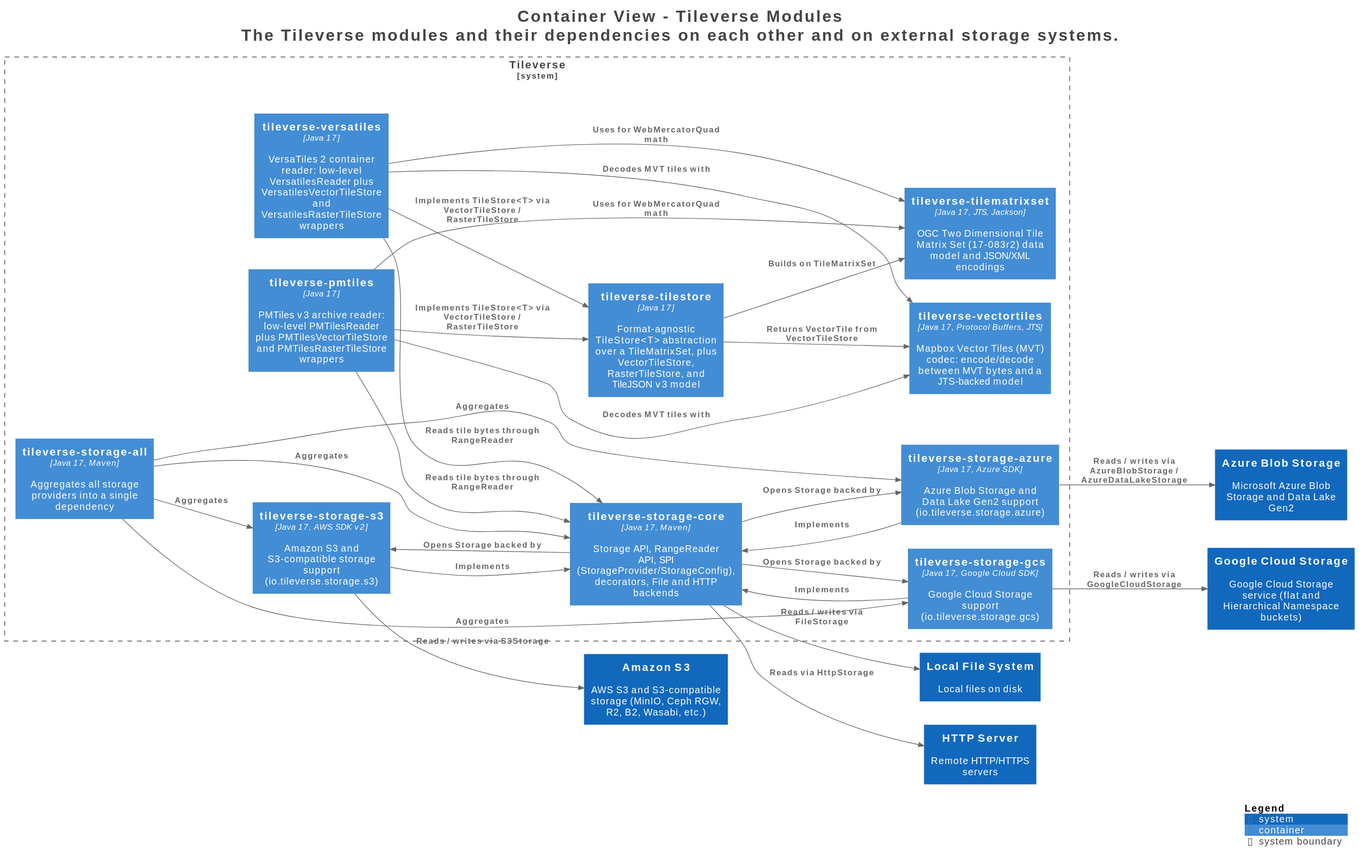
The PlantUML diagram assets/images/storage/structurizr-Containers.svg in tileverse-io/tileverse, before a commit.
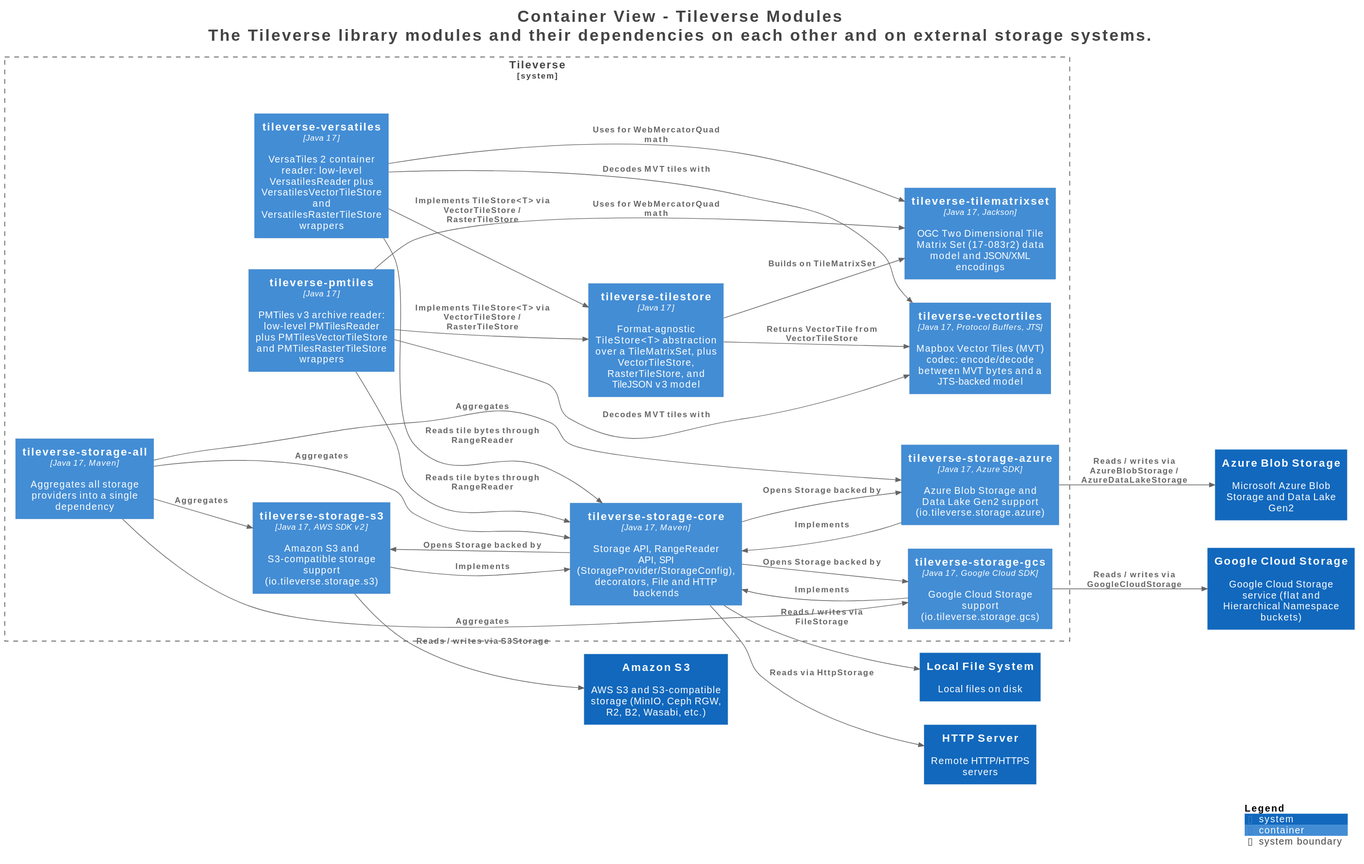
After the change.

The edit, as a diff of the source:
```diff
@@ -1,5 +1,5 @@
 @startuml
-title <size:24>Container View - Tileverse Modules</size>\n<size:24>The Tileverse modules and their dependencies on each other and on external storage systems.</size>
+title <size:24>Container View - Tileverse Modules</size>\n<size:24>The Tileverse library modules and their dependencies on each other and on external storage systems.</size>
 
 set separator none
 left to right direction
@@ -27,7 +27,7 @@
   Container(Tileverse.tileversestoragegcs, "tileverse-storage-gcs", $techn="Java 17, Google Cloud SDK", $descr="Google Cloud Storage support (io.tileverse.storage.gcs)", $tags="", $link="")
   Container(Tileverse.tileversestorageall, "tileverse-storage-all", $techn="Java 17, Maven", $descr="Aggregates all storage providers into a single dependency", $tags="", $link="")
   Container(Tileverse.tileversevectortiles, "tileverse-vectortiles", $techn="Java 17, Protocol Buffers, JTS", $descr="Mapbox Vector Tiles (MVT) codec: encode/decode between MVT bytes and a JTS-backed model", $tags="", $link="")
-  Container(Tileverse.tileversetilematrixset, "tileverse-tilematrixset", $techn="Java 17, JTS, Jackson", $descr="OGC Two Dimensional Tile Matrix Set (17-083r2) data model and JSON/XML encodings", $tags="", $link="")
+  Container(Tileverse.tileversetilematrixset, "tileverse-tilematrixset", $techn="Java 17, Jackson", $descr="OGC Two Dimensional Tile Matrix Set (17-083r2) data model and JSON/XML encodings", $tags="", $link="")
   Container(Tileverse.tileversetilestore, "tileverse-tilestore", $techn="Java 17", $descr="Format-agnostic TileStore<T> abstraction over a TileMatrixSet, plus VectorTileStore, RasterTileStore, and TileJSON v3 model", $tags="", $link="")
   Container(Tileverse.tileversepmtiles, "tileverse-pmtiles", $techn="Java 17", $descr="PMTiles v3 archive reader: low-level PMTilesReader plus PMTilesVectorTileStore and PMTilesRasterTileStore wrappers", $tags="", $link="")
   Container(Tileverse.tileverseversatiles, "tileverse-versatiles", $techn="Java 17", $descr="VersaTiles 2 container reader: low-level VersatilesReader plus VersatilesVectorTileStore and VersatilesRasterTileStore wrappers", $tags="", $link="")
```
